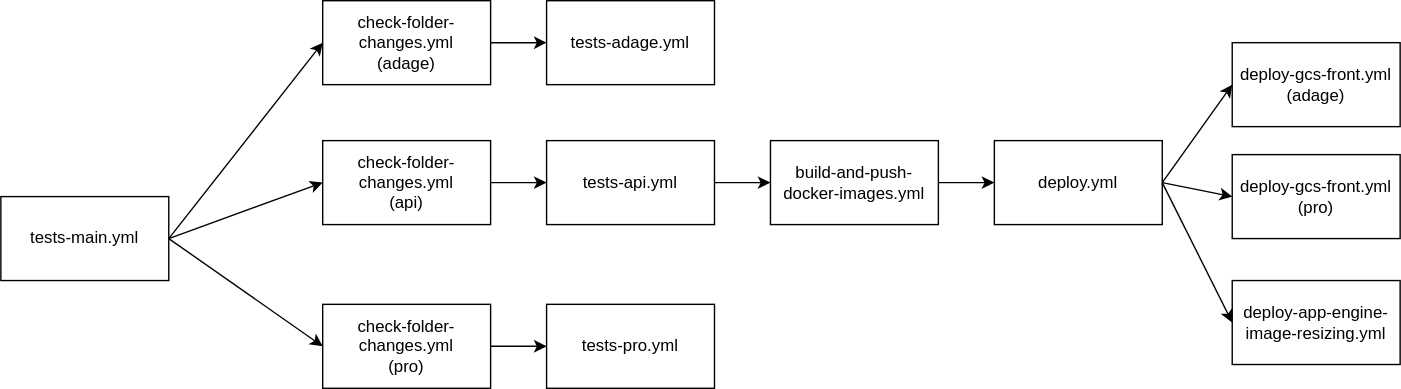
Above: .github/workflows/img/test-main.drawio.svg in pass-culture/pass-culture-main (draw.io), before the change. Source tidied: cells renumbered, new cells last; positions are measured from the earlier drawing's top-left corner, leaving out a move shared by most shapes.
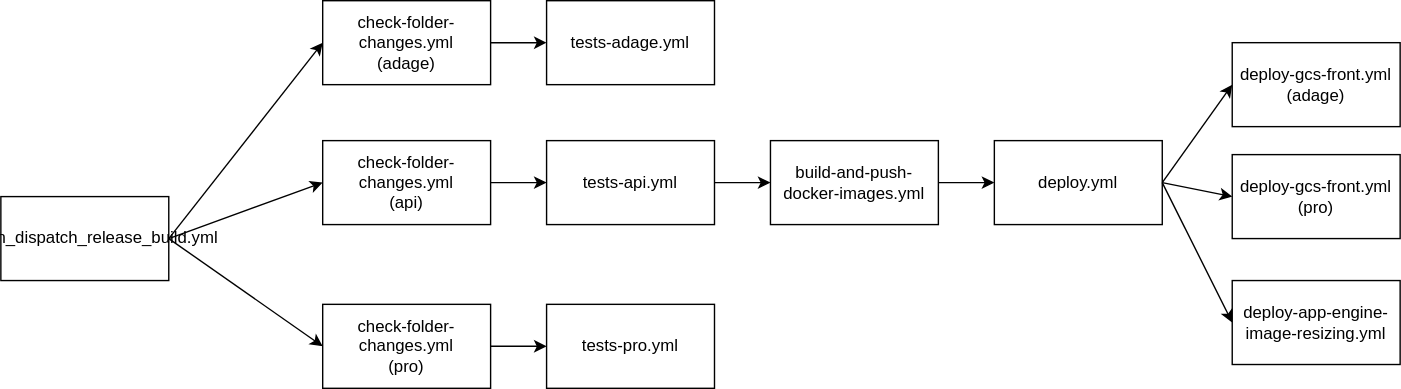
After the commit.

Change to the diagram source:
```diff
@@ -2,7 +2,7 @@
   <root>
     <mxCell id="0" />
     <mxCell id="1" parent="0" />
-    <mxCell id="2" value="tests-main.yml" style="whiteSpace=wrap;html=1;" parent="1" vertex="1">
+    <mxCell id="2" value="dev_on_dispatch_release_build.yml" style="whiteSpace=wrap;html=1;" parent="1" vertex="1">
       <mxGeometry y="140" width="120" height="60" as="geometry" />
     </mxCell>
     <mxCell id="3" value="check-folder-changes.yml&lt;br&gt;&lt;div&gt;(adage)&lt;/div&gt;" style="whiteSpace=wrap;html=1;" parent="1" vertex="1">
```
